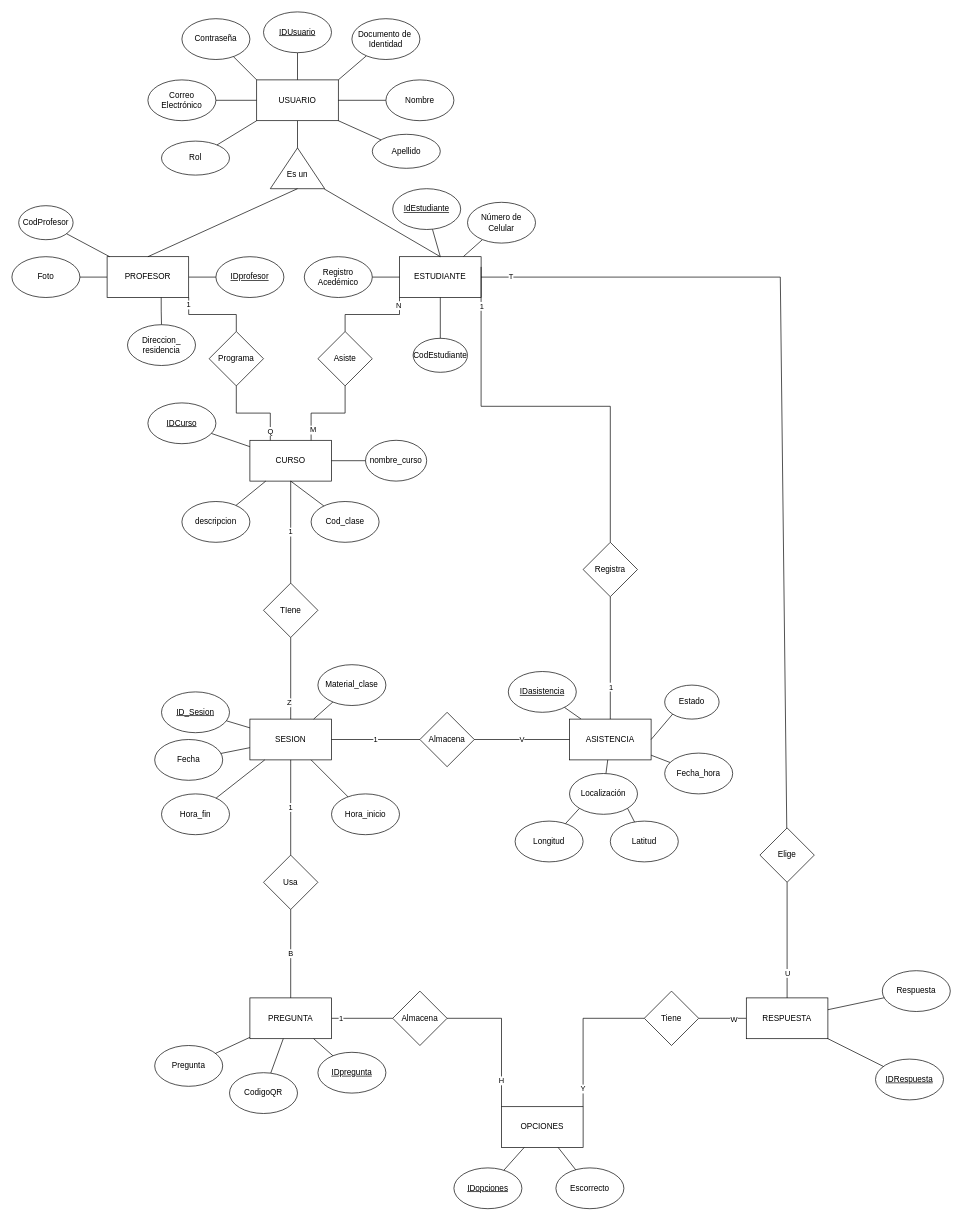
Above: Attenzio Entidad-Relación_02.drawio in 18luisc/Attenzio (draw.io), before the change. Source tidied: cells renumbered, new cells numbered last; positions are measured from the earlier drawing's top-left corner, leaving out a move shared by most shapes. Both pictures are drawn from the tidied source at 68%, with x=0, y=0 at pixel (12, 12).
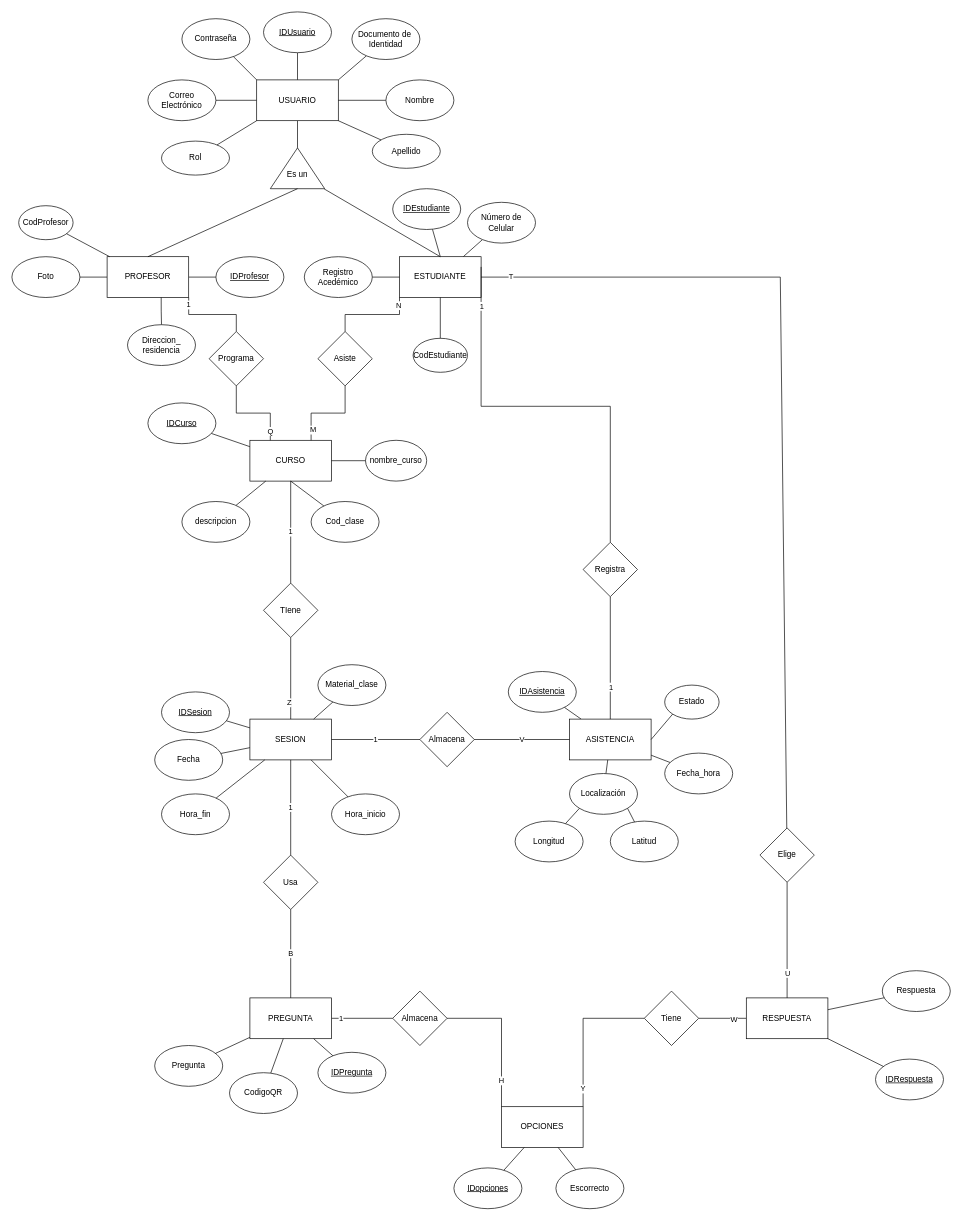
The same diagram, later.

Commit message:
Corrección de nombres

Change to the diagram source:
```diff
@@
-    <mxCell id="29" value="&lt;u&gt;IdEstudiante&lt;/u&gt;" style="ellipse;whiteSpace=wrap;html=1;" parent="1" vertex="1">
+    <mxCell id="29" value="&lt;u&gt;IDEstudiante&lt;/u&gt;" style="ellipse;whiteSpace=wrap;html=1;" parent="1" vertex="1">
       <mxGeometry x="560" y="260" width="100" height="60" as="geometry" />
     </mxCell>
-    <mxCell id="30" value="&lt;u&gt;IDprofesor&lt;/u&gt;" style="ellipse;whiteSpace=wrap;html=1;" parent="1" vertex="1">
+    <mxCell id="30" value="&lt;u&gt;IDProfesor&lt;/u&gt;" style="ellipse;whiteSpace=wrap;html=1;" parent="1" vertex="1">
       <mxGeometry x="300" y="360" width="100" height="60" as="geometry" />
     </mxCell>
@@
-    <mxCell id="48" value="&lt;u&gt;IDasistencia&lt;/u&gt;" style="ellipse;whiteSpace=wrap;html=1;" parent="1" vertex="1">
+    <mxCell id="48" value="&lt;u&gt;IDAsistencia&lt;/u&gt;" style="ellipse;whiteSpace=wrap;html=1;" parent="1" vertex="1">
       <mxGeometry x="730" y="970" width="100" height="60" as="geometry" />
     </mxCell>
@@
-    <mxCell id="52" value="&lt;u&gt;IDpregunta&lt;/u&gt;" style="ellipse;whiteSpace=wrap;html=1;" parent="1" vertex="1">
+    <mxCell id="52" value="&lt;u&gt;IDPregunta&lt;/u&gt;" style="ellipse;whiteSpace=wrap;html=1;" parent="1" vertex="1">
       <mxGeometry x="450" y="1530" width="100" height="60" as="geometry" />
     </mxCell>
@@
-    <mxCell id="80" value="&lt;u&gt;ID_Sesion&lt;/u&gt;" style="ellipse;whiteSpace=wrap;html=1;" parent="1" vertex="1">
+    <mxCell id="80" value="&lt;u&gt;IDSesion&lt;/u&gt;" style="ellipse;whiteSpace=wrap;html=1;" parent="1" vertex="1">
       <mxGeometry x="220" y="1000" width="100" height="60" as="geometry" />
     </mxCell>
```
